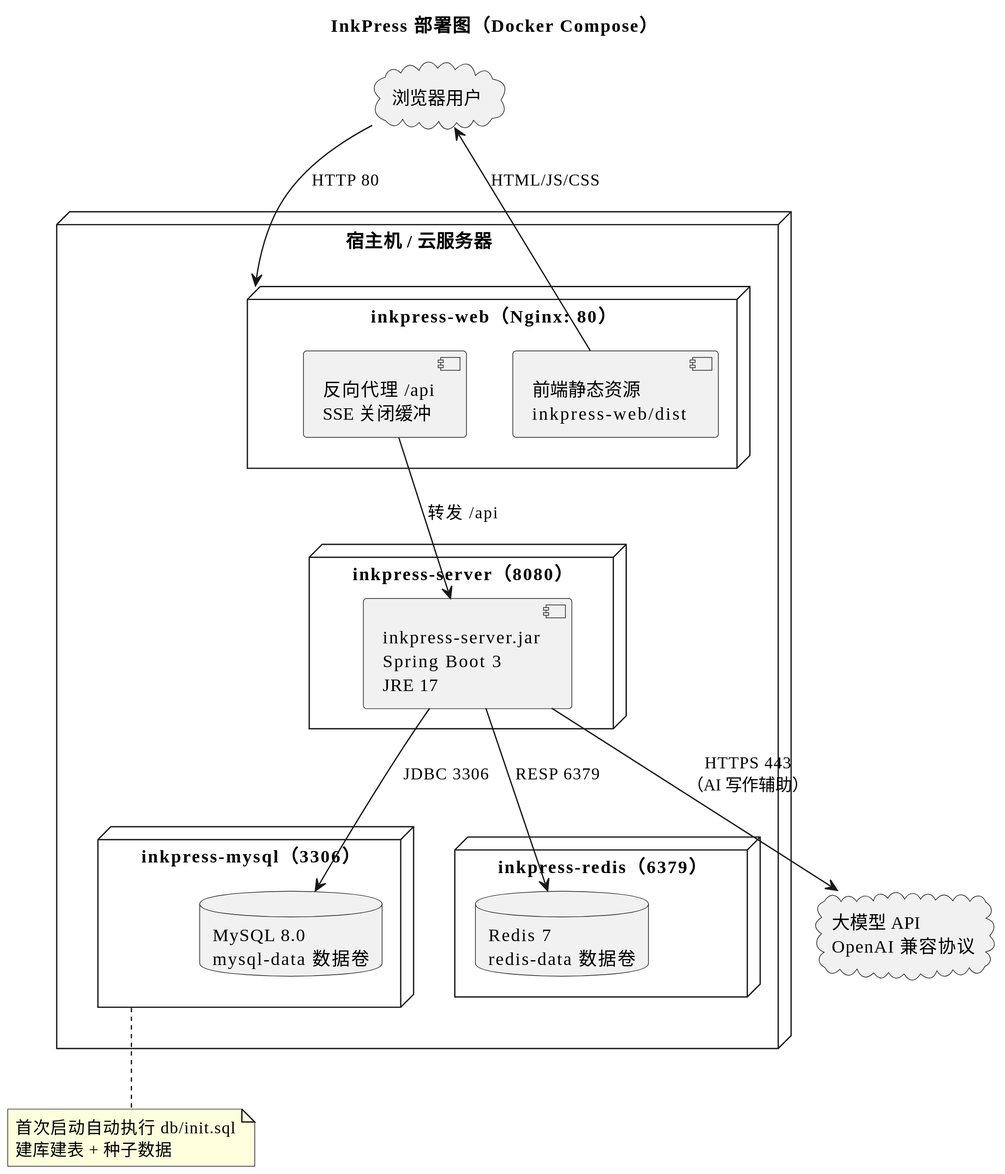
Above: docs/diagrams/svg/09-部署图.svg in lggyx/inkpress2agent (PlantUML), before the change.
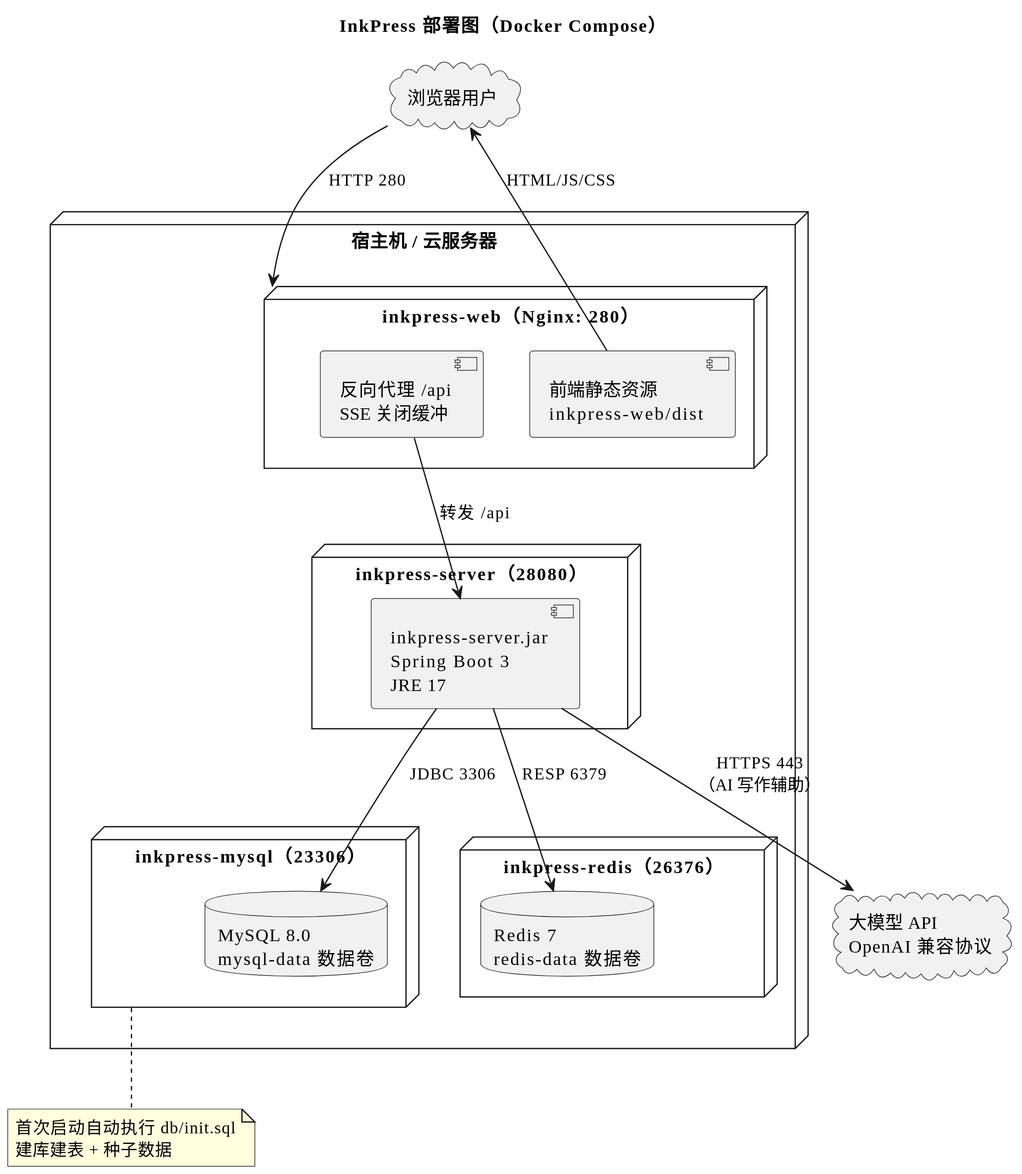
Later version of the same file.

Diff of the diagram source:
```diff
@@ -6,20 +6,20 @@
 
 node "宿主机 / 云服务器" {
 
-  node "inkpress-web（Nginx: 80）" as web {
+  node "inkpress-web（Nginx: 280）" as web {
     [前端静态资源\ninkpress-web/dist] as static
     [反向代理 /api\nSSE 关闭缓冲] as ngproxy
   }
 
-  node "inkpress-server（8080）" as server {
+  node "inkpress-server（28080）" as server {
     [inkpress-server.jar\nSpring Boot 3\nJRE 17] as app
   }
 
-  node "inkpress-mysql（3306）" as mysql {
+  node "inkpress-mysql（23306）" as mysql {
     database "MySQL 8.0\nmysql-data 数据卷" as db
   }
 
-  node "inkpress-redis（6379）" as redis {
+  node "inkpress-redis（26376）" as redis {
     database "Redis 7\nredis-data 数据卷" as cache
   }
 }
@@ -27,7 +27,7 @@
 cloud "浏览器用户" as client
 cloud "大模型 API\nOpenAI 兼容协议" as llm
 
-client --> web : HTTP 80
+client --> web : HTTP 280
 static --> client : HTML/JS/CSS
 ngproxy --> app : 转发 /api
 app --> db : JDBC 3306
```
